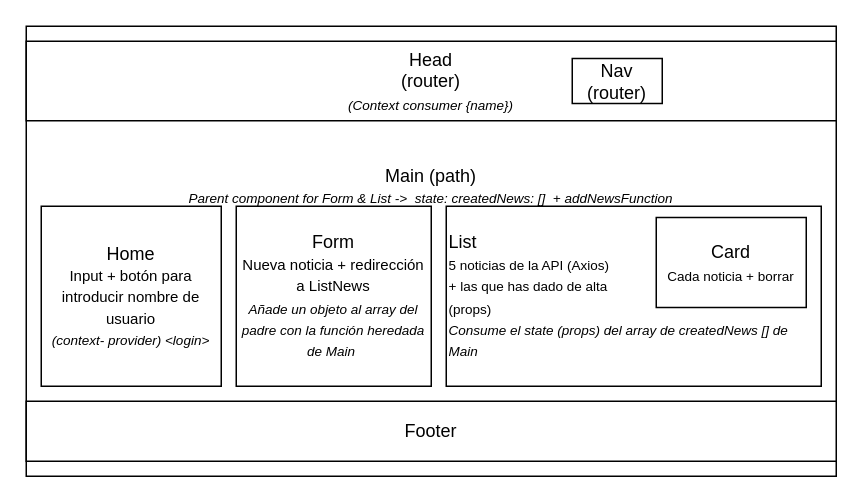
Earlier version of the draw.io diagram public/Untitled Diagram.drawio (TaniuOp/React_Noticias). Source tidied: cells renumbered, new cells numbered last; positions are measured from the earlier drawing's top-left corner, leaving out a move shared by most shapes. Both pictures are drawn from the tidied source at 150%, with x=0, y=0 at pixel (26, 26).
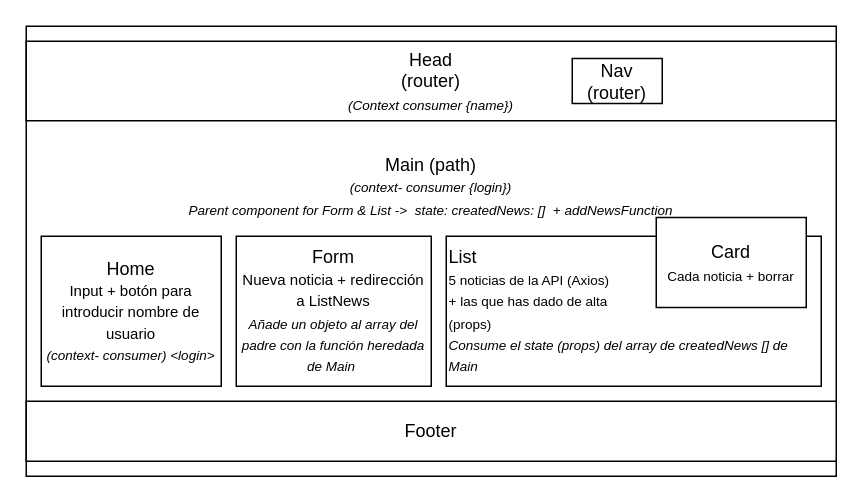
The same page after the edit.

What changed in the source:
```diff
@@
 <mxGraphModel>
   <root>
     <mxCell id="0" />
     <mxCell id="1" parent="0" />
-    <mxCell id="2" value="Main (path)&lt;br&gt;&lt;font style=&quot;font-size: 9px&quot;&gt;&lt;i&gt;Parent component for Form &amp;amp; List -&amp;gt;&amp;nbsp;&amp;nbsp;state: createdNews: []&amp;nbsp; + addNewsFunction&lt;br&gt;&lt;/i&gt;&lt;/font&gt;&lt;br&gt;&lt;br&gt;&lt;br&gt;&lt;br&gt;&lt;br&gt;&lt;br&gt;" style="rounded=0;whiteSpace=wrap;html=1;" parent="1" vertex="1">
+    <mxCell id="2" value="Main (path)&lt;br&gt;&lt;i style=&quot;font-size: 9px&quot;&gt;(context- consumer {login})&lt;/i&gt;&lt;br&gt;&lt;font style=&quot;font-size: 9px&quot;&gt;&lt;i&gt;Parent component for Form &amp;amp; List -&amp;gt;&amp;nbsp;&amp;nbsp;state: createdNews: []&amp;nbsp; + addNewsFunction&lt;br&gt;&lt;/i&gt;&lt;/font&gt;&lt;br&gt;&lt;br&gt;&lt;br&gt;&lt;br&gt;&lt;br&gt;&lt;br&gt;" style="rounded=0;whiteSpace=wrap;html=1;" parent="1" vertex="1">
       <mxGeometry width="540" height="300" as="geometry" />
     </mxCell>
-    <mxCell id="3" value="Home&lt;br&gt;&lt;font&gt;&lt;font size=&quot;1&quot;&gt;Input + botón para introducir nombre de usuario &lt;/font&gt;&lt;br&gt;&lt;font style=&quot;font-size: 9px&quot;&gt;&lt;i&gt;(context- provider) &amp;lt;login&amp;gt;&lt;/i&gt;&lt;/font&gt;&lt;/font&gt;" style="rounded=0;whiteSpace=wrap;html=1;" parent="1" vertex="1">
-      <mxGeometry x="10" y="120" width="120" height="120" as="geometry" />
+    <mxCell id="3" value="Home&lt;br&gt;&lt;font&gt;&lt;font size=&quot;1&quot;&gt;Input + botón para introducir nombre de usuario &lt;/font&gt;&lt;br&gt;&lt;font style=&quot;font-size: 9px&quot;&gt;&lt;i&gt;(context- consumer) &amp;lt;login&amp;gt;&lt;/i&gt;&lt;/font&gt;&lt;/font&gt;" style="rounded=0;whiteSpace=wrap;html=1;" parent="1" vertex="1">
+      <mxGeometry x="10" y="140" width="120" height="100" as="geometry" />
     </mxCell>
     <mxCell id="4" value="Head &lt;br&gt;(router)&lt;br&gt;&lt;font style=&quot;font-size: 9px&quot;&gt;&lt;i&gt;(Context consumer {name})&lt;/i&gt;&lt;/font&gt;" style="rounded=0;whiteSpace=wrap;html=1;" parent="1" vertex="1">
       <mxGeometry y="10" width="540" height="53" as="geometry" />
     </mxCell>
     <mxCell id="5" value="Nav (router)" style="rounded=0;whiteSpace=wrap;html=1;" parent="1" vertex="1">
       <mxGeometry x="364" y="21.5" width="60" height="30" as="geometry" />
     </mxCell>
     <mxCell id="6" value="Form&lt;br&gt;&lt;font&gt;&lt;font size=&quot;1&quot;&gt;Nueva noticia + redirección a ListNews&lt;/font&gt;&lt;br&gt;&lt;font style=&quot;font-size: 9px&quot;&gt;&lt;i&gt;Añade un objeto al array del padre con la función heredada de Main&lt;/i&gt;&lt;/font&gt;&lt;font size=&quot;1&quot;&gt;&amp;nbsp;&lt;/font&gt;&lt;br&gt;&lt;/font&gt;" style="rounded=0;whiteSpace=wrap;html=1;" parent="1" vertex="1">
-      <mxGeometry x="140" y="120" width="130" height="120" as="geometry" />
+      <mxGeometry x="140" y="140" width="130" height="100" as="geometry" />
     </mxCell>
     <mxCell id="7" value="List&lt;br&gt;&lt;font style=&quot;font-size: 9px&quot;&gt;5 noticias de la API (Axios) &lt;br&gt;+ las que has dado de alta &lt;br&gt;(props)&lt;br&gt;&lt;i&gt;Consume el state (props) del array de createdNews [] de Main&lt;/i&gt;&lt;br&gt;&lt;/font&gt;" style="rounded=0;whiteSpace=wrap;html=1;align=left;" parent="1" vertex="1">
-      <mxGeometry x="280" y="120" width="250" height="120" as="geometry" />
+      <mxGeometry x="280" y="140" width="250" height="100" as="geometry" />
     </mxCell>
     <mxCell id="8" value="Card&lt;br&gt;&lt;font style=&quot;font-size: 9px&quot;&gt;Cada noticia + borrar&lt;/font&gt;" style="rounded=0;whiteSpace=wrap;html=1;" parent="1" vertex="1">
       <mxGeometry x="420" y="127.5" width="100" height="60" as="geometry" />
     </mxCell>
     <mxCell id="9" value="Footer" style="rounded=0;whiteSpace=wrap;html=1;" parent="1" vertex="1">
       <mxGeometry y="250" width="540" height="40" as="geometry" />
     </mxCell>
   </root>
 </mxGraphModel>
```
